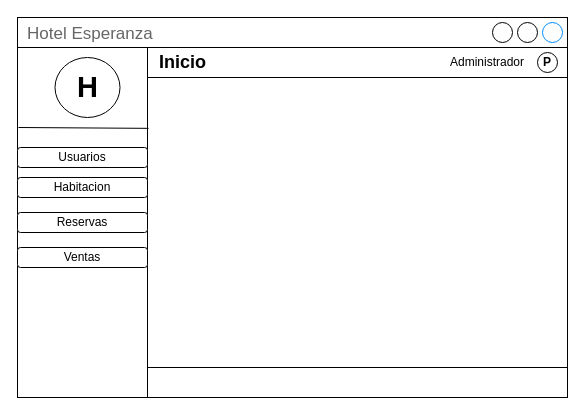
Earlier version of the draw.io diagram page "Inicio" (1 of 6) of Untitled Diagram.drawio (edu1998/to-do-node). Source tidied: cells renumbered, new cells numbered last; positions are measured from the earlier drawing's top-left corner, leaving out a move shared by most shapes. Both pictures are drawn from the tidied source at 100%, with x=0, y=0 at pixel (17, 17).
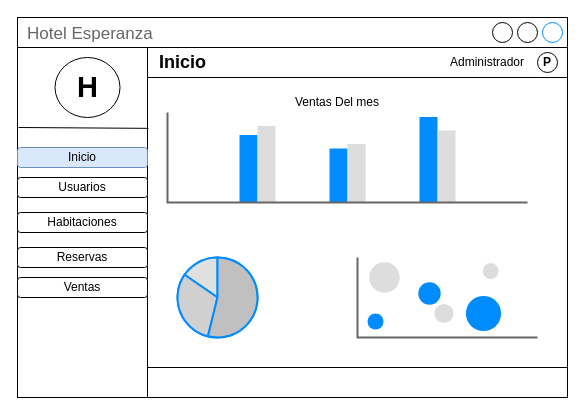
After the change.

Change to the diagram source:
```diff
@@
 <mxGraphModel>
   <root>
     <mxCell id="0" />
     <mxCell id="1" parent="0" />
     <mxCell id="2" value="Hotel Esperanza" style="strokeWidth=1;shadow=0;dashed=0;align=center;html=1;shape=mxgraph.mockup.containers.window;align=left;verticalAlign=top;spacingLeft=8;strokeColor2=#008cff;strokeColor3=#c4c4c4;fontColor=#666666;mainText=;fontSize=17;labelBackgroundColor=none;whiteSpace=wrap;" parent="1" vertex="1">
       <mxGeometry width="550" height="380" as="geometry" />
     </mxCell>
     <mxCell id="3" style="rounded=0;whiteSpace=wrap;html=1;" parent="1" vertex="1">
       <mxGeometry y="30" width="130" height="350" as="geometry" />
     </mxCell>
-    <mxCell id="4" value="Reservas" style="rounded=1;whiteSpace=wrap;html=1;" parent="1" vertex="1">
+    <mxCell id="4" value="Habitaciones" style="rounded=1;whiteSpace=wrap;html=1;" parent="1" vertex="1">
       <mxGeometry y="195" width="130" height="20" as="geometry" />
     </mxCell>
-    <mxCell id="5" value="Usuarios" style="rounded=1;whiteSpace=wrap;html=1;strokeColor=default;" parent="1" vertex="1">
+    <mxCell id="5" value="Inicio" style="rounded=1;whiteSpace=wrap;html=1;strokeColor=#6c8ebf;fillColor=#dae8fc;" parent="1" vertex="1">
       <mxGeometry y="130" width="130" height="20" as="geometry" />
     </mxCell>
     <mxCell id="6" value="&lt;h1&gt;&lt;font style=&quot;font-size: 29px;&quot;&gt;H&lt;/font&gt;&lt;/h1&gt;" style="ellipse;whiteSpace=wrap;html=1;" parent="1" vertex="1">
       <mxGeometry x="37.5" y="40" width="65" height="60" as="geometry" />
     </mxCell>
-    <mxCell id="7" value="Habitacion" style="rounded=1;whiteSpace=wrap;html=1;" parent="1" vertex="1">
+    <mxCell id="7" value="Usuarios" style="rounded=1;whiteSpace=wrap;html=1;" parent="1" vertex="1">
       <mxGeometry y="160" width="130" height="20" as="geometry" />
     </mxCell>
     <mxCell id="8" style="endArrow=none;html=1;rounded=0;exitX=0.007;exitY=0.197;exitDx=0;exitDy=0;exitPerimeter=0;entryX=1.008;entryY=0.231;entryDx=0;entryDy=0;entryPerimeter=0;" parent="1" edge="1" target="3">
       <mxGeometry relative="1" as="geometry">
         <mxPoint x="1" y="110" as="sourcePoint" />
       </mxGeometry>
     </mxCell>
-    <mxCell id="9" value="Ventas" style="rounded=1;whiteSpace=wrap;html=1;" parent="1" vertex="1">
+    <mxCell id="9" value="Reservas" style="rounded=1;whiteSpace=wrap;html=1;" parent="1" vertex="1">
       <mxGeometry y="230" width="130" height="20" as="geometry" />
     </mxCell>
     <mxCell id="10" style="rounded=0;whiteSpace=wrap;html=1;" parent="1" vertex="1">
       <mxGeometry x="130" y="350" width="420" height="30" as="geometry" />
     </mxCell>
     <mxCell id="11" value="&lt;h2&gt;&amp;nbsp; Inicio&lt;/h2&gt;" style="rounded=0;whiteSpace=wrap;html=1;align=left;" parent="1" vertex="1">
       <mxGeometry x="130" y="30" width="420" height="30" as="geometry" />
     </mxCell>
     <mxCell id="12" value="&lt;b&gt;P&lt;/b&gt;" style="ellipse;whiteSpace=wrap;html=1;" parent="1" vertex="1">
       <mxGeometry x="520" y="35" width="20" height="20" as="geometry" />
     </mxCell>
     <mxCell id="13" value="Administrador" style="text;html=1;strokeColor=none;fillColor=none;align=center;verticalAlign=middle;whiteSpace=wrap;rounded=0;" parent="1" vertex="1">
       <mxGeometry x="440" y="30" width="60" height="30" as="geometry" />
     </mxCell>
+    <mxCell id="14" value="Ventas" style="rounded=1;whiteSpace=wrap;html=1;" parent="1" vertex="1">
+      <mxGeometry y="260" width="130" height="20" as="geometry" />
+    </mxCell>
+    <mxCell id="15" style="verticalLabelPosition=bottom;shadow=0;dashed=0;align=center;html=1;verticalAlign=top;strokeWidth=1;shape=mxgraph.mockup.graphics.columnChart;strokeColor=none;strokeColor2=none;strokeColor3=#666666;fillColor2=#008cff;fillColor3=#dddddd;" parent="1" vertex="1">
+      <mxGeometry x="150" y="95" width="360" height="90" as="geometry" />
+    </mxCell>
+    <mxCell id="16" style="verticalLabelPosition=bottom;shadow=0;dashed=0;align=center;html=1;verticalAlign=top;strokeWidth=1;shape=mxgraph.mockup.graphics.pieChart;strokeColor=#008cff;parts=10,20,35;partColors=#e0e0e0,#d0d0d0,#c0c0c0,#b0b0b0,#a0a0a0;strokeWidth=2;" parent="1" vertex="1">
+      <mxGeometry x="160" y="240" width="80" height="80" as="geometry" />
+    </mxCell>
+    <mxCell id="17" style="verticalLabelPosition=bottom;shadow=0;dashed=0;align=center;html=1;verticalAlign=top;strokeWidth=1;shape=mxgraph.mockup.graphics.bubbleChart;strokeColor=none;strokeColor2=none;strokeColor3=#666666;fillColor2=#008cff;fillColor3=#dddddd;" parent="1" vertex="1">
+      <mxGeometry x="340" y="240" width="180" height="80" as="geometry" />
+    </mxCell>
+    <mxCell id="18" value="Ventas Del mes" style="text;html=1;strokeColor=none;fillColor=none;align=center;verticalAlign=middle;whiteSpace=wrap;rounded=0;" parent="1" vertex="1">
+      <mxGeometry x="250" y="70" width="140" height="30" as="geometry" />
+    </mxCell>
   </root>
 </mxGraphModel>
```
